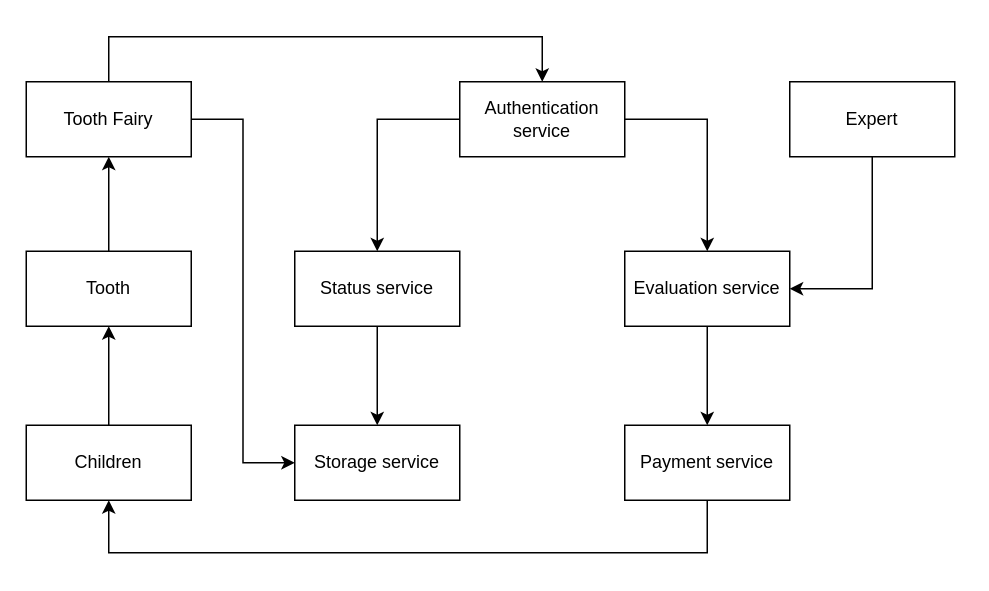
Before: .drawio in CBeredIOk/drawio, a draw.io diagram. Source tidied: cells renumbered, new cells numbered last; positions are measured from the earlier drawing's top-left corner, leaving out a move shared by most shapes. Both pictures are drawn from the tidied source at 150%, with x=0, y=0 at pixel (26, 36).
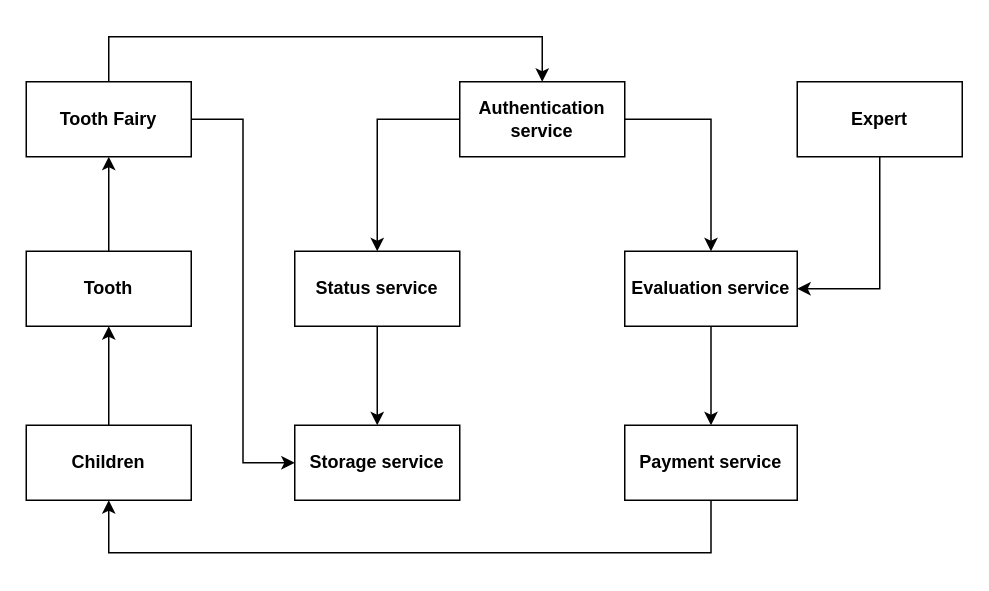
After the change.

The edit, as a diff of the source:
```diff
@@
-    <mxCell id="4" value="Tooth Fairy" style="html=1;whiteSpace=wrap;" parent="1" vertex="1">
+    <mxCell id="4" value="&lt;b&gt;Tooth Fairy&lt;/b&gt;" style="html=1;whiteSpace=wrap;" parent="1" vertex="1">
       <mxGeometry y="30" width="110" height="50" as="geometry" />
     </mxCell>
@@
-    <mxCell id="6" value="Children" style="html=1;whiteSpace=wrap;" parent="1" vertex="1">
+    <mxCell id="6" value="&lt;b&gt;Children&lt;/b&gt;" style="html=1;whiteSpace=wrap;" parent="1" vertex="1">
       <mxGeometry y="259" width="110" height="50" as="geometry" />
     </mxCell>
@@
-    <mxCell id="8" value="Tooth" style="html=1;whiteSpace=wrap;" parent="1" vertex="1">
+    <mxCell id="8" value="&lt;b&gt;Tooth&lt;/b&gt;" style="html=1;whiteSpace=wrap;" parent="1" vertex="1">
       <mxGeometry y="143" width="110" height="50" as="geometry" />
     </mxCell>
@@
-    <mxCell id="11" value="Authentication service" style="html=1;whiteSpace=wrap;" parent="1" vertex="1">
+    <mxCell id="11" value="&lt;b&gt;Authentication service&lt;/b&gt;" style="html=1;whiteSpace=wrap;" parent="1" vertex="1">
       <mxGeometry x="289" y="30" width="110" height="50" as="geometry" />
     </mxCell>
     <mxCell id="12" style="edgeStyle=orthogonalEdgeStyle;rounded=0;jettySize=auto;html=1;exitX=0.5;exitY=1;exitDx=0;exitDy=0;entryX=0.5;entryY=1;entryDx=0;entryDy=0;" parent="1" edge="1" source="13" target="6">
       <mxGeometry relative="1" as="geometry">
         <Array as="points">
-          <mxPoint x="454" y="344" />
+          <mxPoint x="457" y="344" />
           <mxPoint x="55" y="344" />
         </Array>
       </mxGeometry>
     </mxCell>
-    <mxCell id="13" value="Payment service" style="html=1;whiteSpace=wrap;" parent="1" vertex="1">
-      <mxGeometry x="399" y="259" width="110" height="50" as="geometry" />
+    <mxCell id="13" value="&lt;b&gt;Payment service&lt;/b&gt;" style="html=1;whiteSpace=wrap;" parent="1" vertex="1">
+      <mxGeometry x="399" y="259" width="115" height="50" as="geometry" />
     </mxCell>
@@
-    <mxCell id="15" value="Evaluation service" style="html=1;whiteSpace=wrap;" parent="1" vertex="1">
-      <mxGeometry x="399" y="143" width="110" height="50" as="geometry" />
+    <mxCell id="15" value="&lt;b&gt;Evaluation service&lt;/b&gt;" style="html=1;whiteSpace=wrap;" parent="1" vertex="1">
+      <mxGeometry x="399" y="143" width="115" height="50" as="geometry" />
     </mxCell>
@@
-    <mxCell id="17" value="Status service" style="html=1;whiteSpace=wrap;" parent="1" vertex="1">
+    <mxCell id="17" value="&lt;b&gt;Status service&lt;/b&gt;" style="html=1;whiteSpace=wrap;" parent="1" vertex="1">
       <mxGeometry x="179" y="143" width="110" height="50" as="geometry" />
     </mxCell>
-    <mxCell id="18" value="Storage service" style="html=1;whiteSpace=wrap;" parent="1" vertex="1">
+    <mxCell id="18" value="&lt;b&gt;Storage service&lt;/b&gt;" style="html=1;whiteSpace=wrap;" parent="1" vertex="1">
       <mxGeometry x="179" y="259" width="110" height="50" as="geometry" />
     </mxCell>
@@
-    <mxCell id="20" value="Expert" style="html=1;whiteSpace=wrap;" parent="1" vertex="1">
-      <mxGeometry x="509" y="30" width="110" height="50" as="geometry" />
+    <mxCell id="20" value="&lt;b&gt;Expert&lt;/b&gt;" style="html=1;whiteSpace=wrap;" parent="1" vertex="1">
+      <mxGeometry x="514" y="30" width="110" height="50" as="geometry" />
     </mxCell>
```
